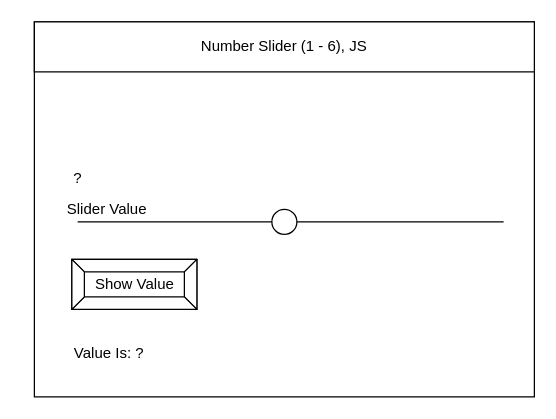
This is design/story-board.drawio from sam-corbett/ICS2O-Unit5-01, a draw.io file, before an edit. Source tidied: cells renumbered, new cells numbered last; positions are measured from the earlier drawing's top-left corner, leaving out a move shared by most shapes. Both pictures are drawn from the tidied source at 125%, with x=0, y=0 at pixel (34, 21).
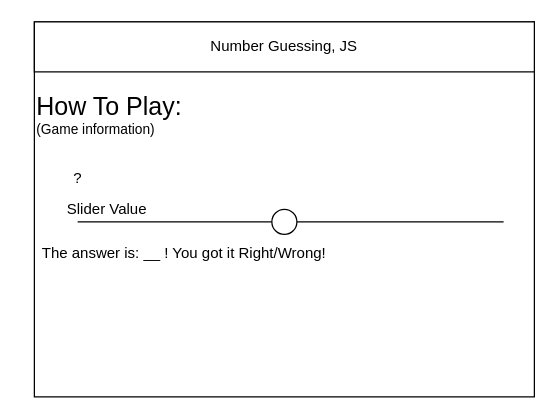
The same page after the edit.

The edit, as a diff of the source:
```diff
@@
 <mxGraphModel>
   <root>
     <mxCell id="0" />
     <mxCell id="1" parent="0" />
     <mxCell id="2" style="rounded=0;whiteSpace=wrap;html=1;" parent="1" vertex="1">
       <mxGeometry width="400" height="300" as="geometry" />
     </mxCell>
-    <mxCell id="3" value="Number Slider (1 - 6), JS" style="rounded=0;whiteSpace=wrap;html=1;" parent="1" vertex="1">
+    <mxCell id="3" value="Number Guessing, JS" style="rounded=0;whiteSpace=wrap;html=1;" parent="1" vertex="1">
       <mxGeometry width="400" height="40" as="geometry" />
     </mxCell>
-    <mxCell id="4" value="Show Value" style="labelPosition=center;verticalLabelPosition=middle;align=center;html=1;shape=mxgraph.basic.button;dx=10;" parent="1" vertex="1">
-      <mxGeometry x="30" y="190" width="100" height="40" as="geometry" />
-    </mxCell>
     <mxCell id="5" style="group;" parent="1" vertex="1">
       <mxGeometry x="70" y="150" width="260" height="20" as="geometry" />
     </mxCell>
     <mxCell id="6" style="endArrow=none;html=1;startArrow=none;" parent="5" edge="1" source="7">
       <mxGeometry relative="1" as="geometry">
         <mxPoint x="260" y="10" as="targetPoint" />
         <Array as="points">
           <mxPoint x="310" y="10" />
         </Array>
       </mxGeometry>
     </mxCell>
     <mxCell id="7" style="ellipse;whiteSpace=wrap;html=1;" parent="5" vertex="1">
       <mxGeometry x="120" width="20" height="20" as="geometry" />
     </mxCell>
     <mxCell id="8" style="endArrow=none;html=1;" parent="5" edge="1" target="7">
       <mxGeometry relative="1" as="geometry">
         <mxPoint y="10" as="sourcePoint" />
         <Array as="points">
           <mxPoint x="-40" y="10" />
         </Array>
       </mxGeometry>
     </mxCell>
     <mxCell id="9" value="Slider Value&amp;nbsp;" style="text;html=1;strokeColor=none;fillColor=none;align=center;verticalAlign=middle;whiteSpace=wrap;rounded=0;" parent="1" vertex="1">
       <mxGeometry x="20" y="142.5" width="80" height="15" as="geometry" />
     </mxCell>
     <mxCell id="10" value="?" style="text;html=1;strokeColor=none;fillColor=none;align=center;verticalAlign=middle;whiteSpace=wrap;rounded=0;" parent="1" vertex="1">
       <mxGeometry x="20" y="120" width="30" height="10" as="geometry" />
     </mxCell>
-    <mxCell id="11" value="Value Is: ?" style="text;html=1;strokeColor=none;fillColor=none;align=center;verticalAlign=middle;whiteSpace=wrap;rounded=0;" parent="1" vertex="1">
-      <mxGeometry x="30" y="250" width="60" height="30" as="geometry" />
+    <mxCell id="11" value="The answer is: __ ! You got it Right/Wrong!" style="text;html=1;strokeColor=none;fillColor=none;align=center;verticalAlign=middle;whiteSpace=wrap;rounded=0;" parent="1" vertex="1">
+      <mxGeometry x="-10" y="170" width="260" height="30" as="geometry" />
     </mxCell>
+    <mxCell id="12" value="&lt;div&gt;&lt;font style=&quot;font-size: 20px&quot;&gt;How To Play:&lt;/font&gt;&lt;/div&gt;&lt;div style=&quot;font-size: 11px&quot;&gt;(Game information)&lt;/div&gt;" style="text;html=1;strokeColor=none;fillColor=none;align=left;verticalAlign=middle;whiteSpace=wrap;rounded=0;" parent="1" vertex="1">
+      <mxGeometry y="50" width="130" height="47.5" as="geometry" />
+    </mxCell>
   </root>
 </mxGraphModel>
```
